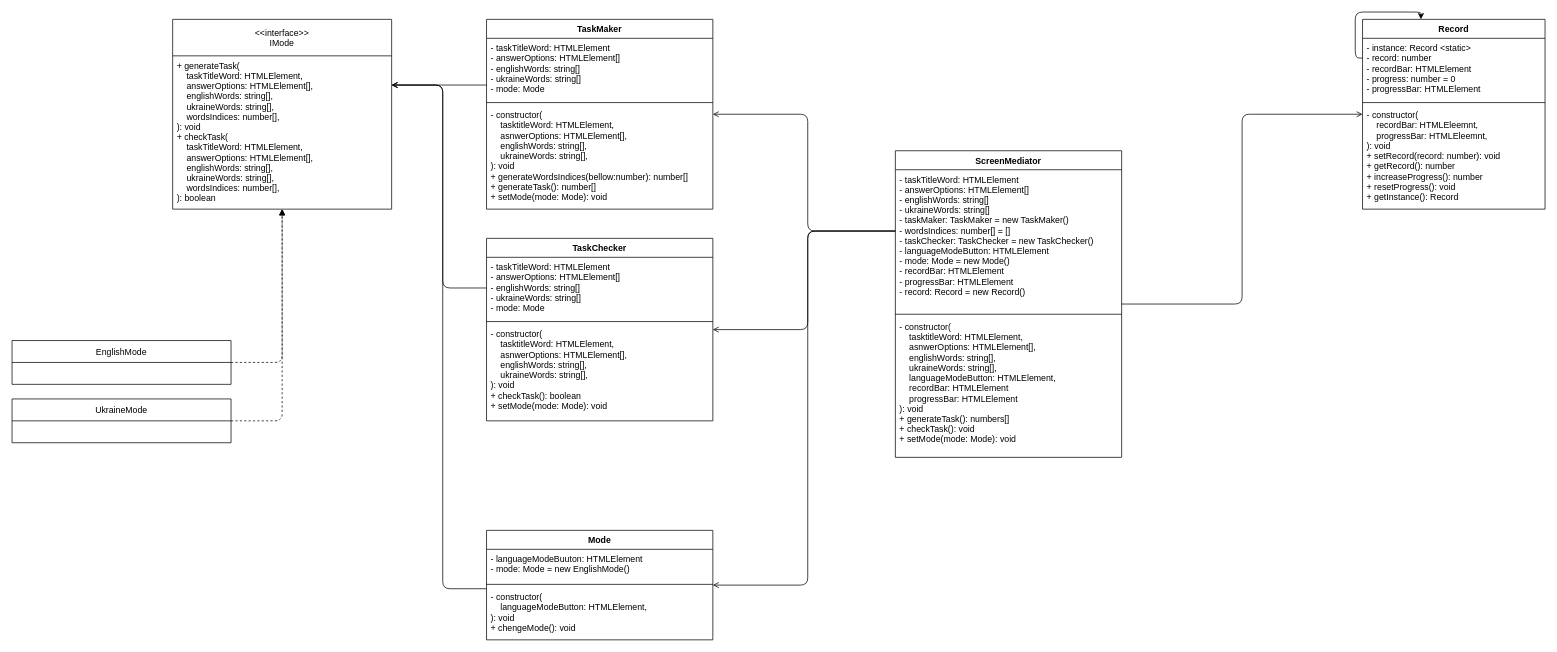
The draw.io diagram diagrams/classes-diagram.dio in Dmytriy-OL/DesignPaternsLab6, before the edit. Source tidied: cells renumbered, new cells numbered last; positions are measured from the earlier drawing's top-left corner, leaving out a move shared by most shapes. Both pictures are drawn from the tidied source at 73%, with x=0, y=0 at pixel (12, 12).
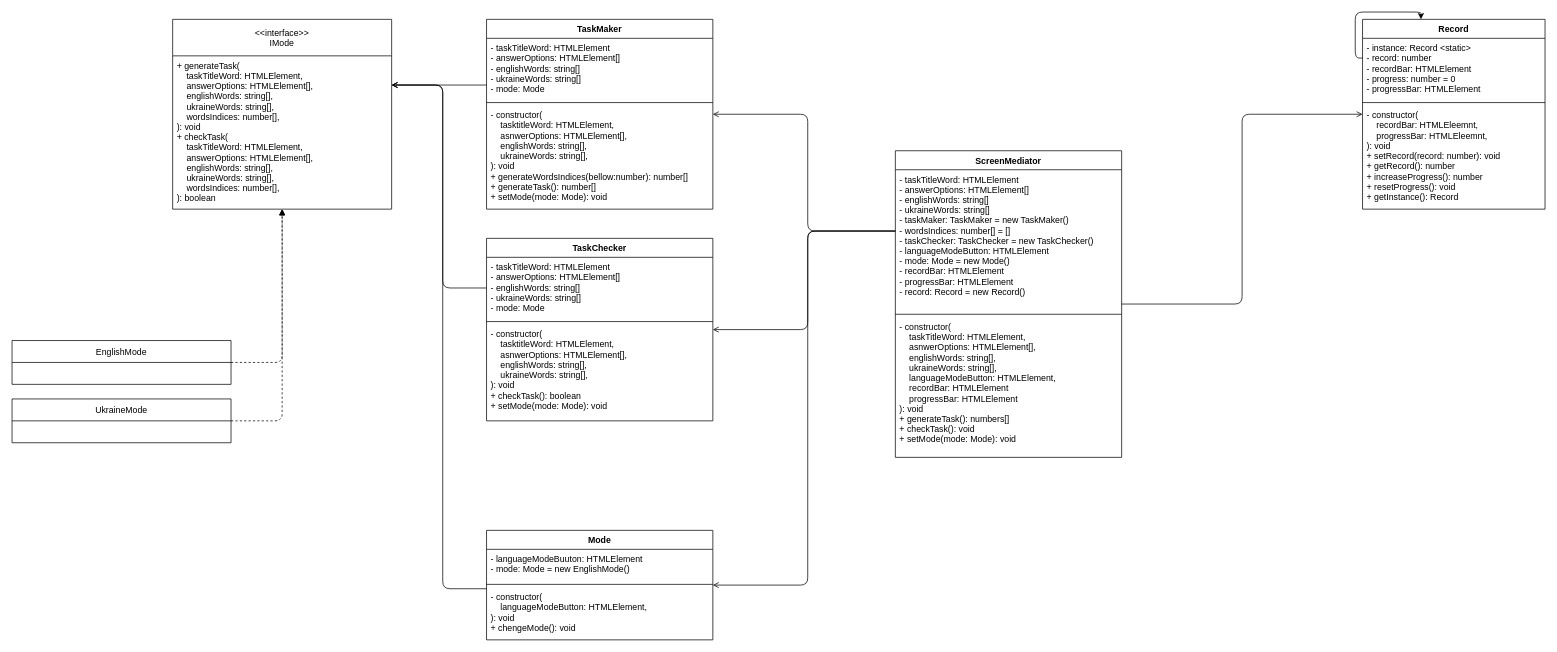
Above is the later version.

The change refers to these unchanged cells:
```xml
<mxCell id="26" value="ScreenMediator" style="swimlane;fontStyle=1;align=center;verticalAlign=top;horizontal=1;startSize=26;" parent="1" vertex="1">
  <mxGeometry x="1210" y="190" width="310" height="420" as="geometry" />
</mxCell>
```

What changed in the source:
```diff
@@
-    <mxCell id="29" value="- constructor(&#10;    tasktitleWord: HTMLElement,&#10;    asnwerOptions: HTMLElement[],&#10;    englishWords: string[],&#10;    ukraineWords: string[],&#10;    languageModeButton: HTMLElement,&#10;    recordBar: HTMLElement&#10;    progressBar: HTMLElement&#10;): void&#10;+ generateTask(): numbers[]&#10;+ checkTask(): void&#10;+ setMode(mode: Mode): void" style="text;strokeColor=none;fillColor=none;align=left;verticalAlign=top;spacingLeft=4;spacingRight=4;overflow=hidden;" parent="26" vertex="1">
+    <mxCell id="29" value="- constructor(&#10;    taskTitleWord: HTMLElement,&#10;    asnwerOptions: HTMLElement[],&#10;    englishWords: string[],&#10;    ukraineWords: string[],&#10;    languageModeButton: HTMLElement,&#10;    recordBar: HTMLElement&#10;    progressBar: HTMLElement&#10;): void&#10;+ generateTask(): numbers[]&#10;+ checkTask(): void&#10;+ setMode(mode: Mode): void" style="text;strokeColor=none;fillColor=none;align=left;verticalAlign=top;spacingLeft=4;spacingRight=4;overflow=hidden;" parent="26" vertex="1">
       <mxGeometry y="228" width="310" height="192" as="geometry" />
     </mxCell>
```
